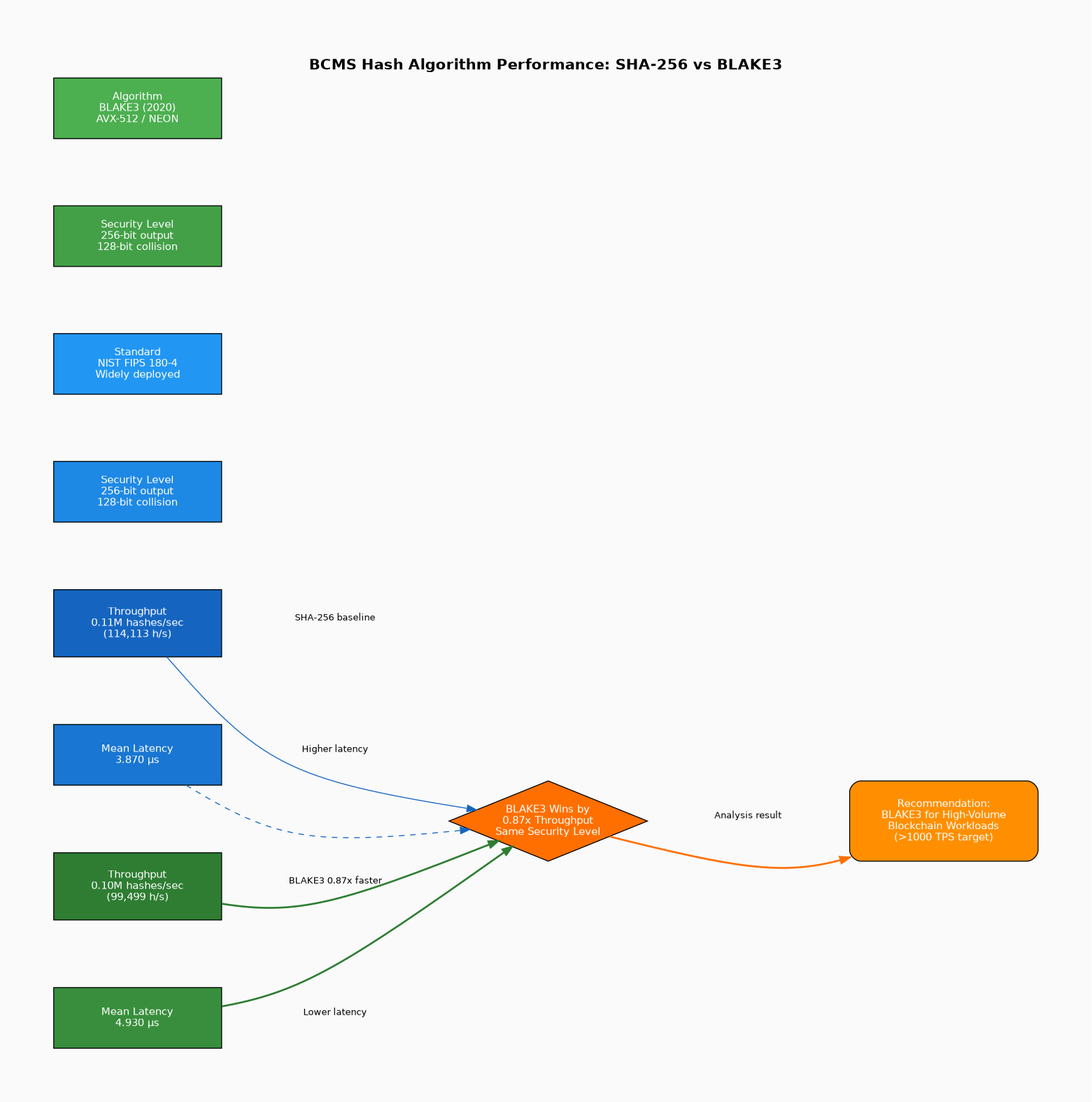
Before: diagrams/benchmark_comparison.png, a diagram exported from Graphviz (NawalAlragwi/fabricNew). Its source is kept beside it as diagrams/benchmark_comparison.dot.
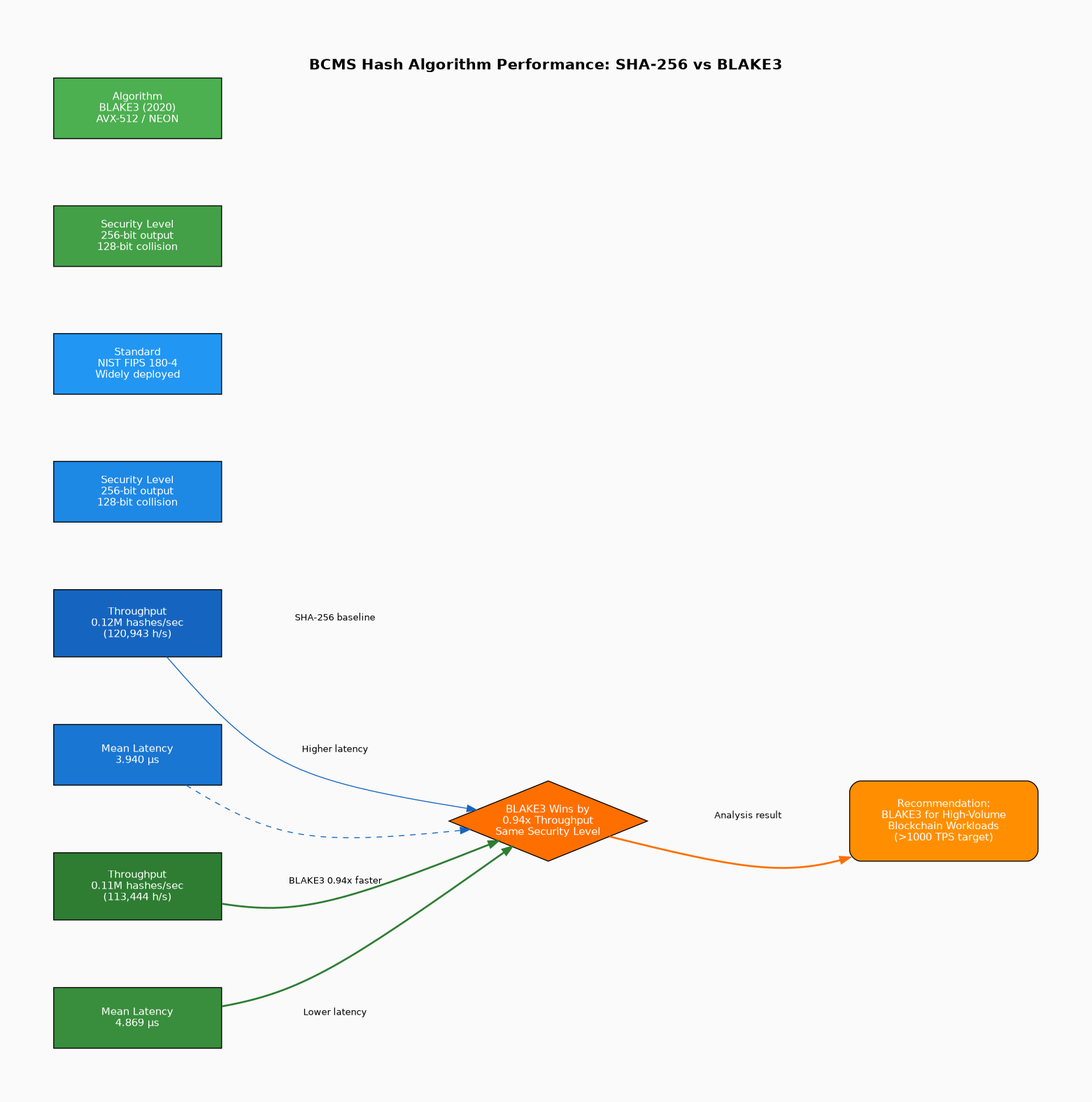
The same file after the commit.

The edit, as a diff of the source:
```diff
@@ -21,11 +21,11 @@
         style=filled fillcolor="#E3F2FD" color="#1565C0"
         fontsize=13 fontname="Helvetica-Bold"
 
-        SHA_TPS [label="Throughput\n0.11M hashes/sec\n(114,113 h/s)"
+        SHA_TPS [label="Throughput\n0.12M hashes/sec\n(120,943 h/s)"
                  shape=rectangle style=filled fillcolor="#1565C0" fontcolor=white
                  width=2.5 height=1.0]
 
-        SHA_LAT [label="Mean Latency\n3.870 µs"
+        SHA_LAT [label="Mean Latency\n3.940 µs"
                  shape=rectangle style=filled fillcolor="#1976D2" fontcolor=white
                  width=2.5 height=0.9]
 
@@ -43,11 +43,11 @@
         style=filled fillcolor="#E8F5E9" color="#2E7D32"
         fontsize=13 fontname="Helvetica-Bold"
 
-        B3_TPS [label="Throughput\n0.10M hashes/sec\n(99,499 h/s)"
+        B3_TPS [label="Throughput\n0.11M hashes/sec\n(113,444 h/s)"
                 shape=rectangle style=filled fillcolor="#2E7D32" fontcolor=white
                 width=2.5 height=1.0]
 
-        B3_LAT [label="Mean Latency\n4.930 µs"
+        B3_LAT [label="Mean Latency\n4.869 µs"
                 shape=rectangle style=filled fillcolor="#388E3C" fontcolor=white
                 width=2.5 height=0.9]
 
@@ -61,7 +61,7 @@
     }
 
 
-    WINNER [label="BLAKE3 Wins by\n0.87x Throughput\nSame Security Level"
+    WINNER [label="BLAKE3 Wins by\n0.94x Throughput\nSame Security Level"
             shape=diamond style=filled fillcolor="#FF6F00" fontcolor=white
             width=2.5 height=1.2]
 
@@ -71,7 +71,7 @@
 
 
     SHA_TPS -> WINNER [label="SHA-256 baseline" color="#1565C0"]
-    B3_TPS -> WINNER [label="BLAKE3 0.87x faster" color="#2E7D32" style=bold]
+    B3_TPS -> WINNER [label="BLAKE3 0.94x faster" color="#2E7D32" style=bold]
     SHA_LAT -> WINNER [label="Higher latency" color="#1565C0" style=dashed]
     B3_LAT -> WINNER [label="Lower latency" color="#2E7D32" style=bold]
     WINNER -> REC [label="Analysis result" color="#FF6F00" style=bold penwidth=2]
```
